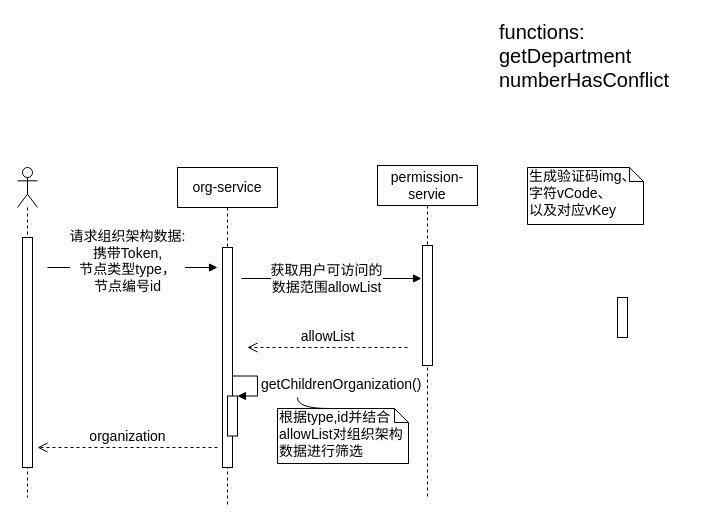
Above: page "sequence-getOrganization" (3 of 4) of CDRS/module-design.drawio in waterwatermelon/graph (draw.io), before the change. Source tidied: cells renumbered, new cells numbered last; positions are measured from the earlier drawing's top-left corner, leaving out a move shared by most shapes. Both pictures are drawn from the tidied source at 100%, with x=0, y=0 at pixel (17, 17).
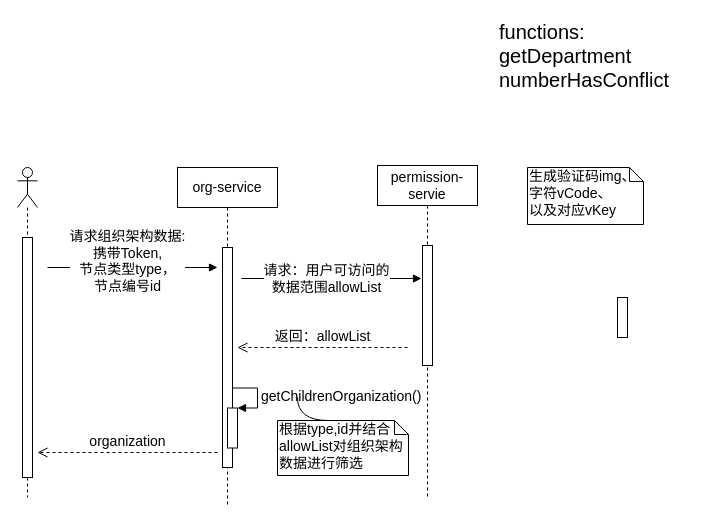
Above is the later version.

The change refers to these unchanged cells:
```xml
<mxCell id="3" style="shape=umlLifeline;participant=umlActor;perimeter=lifelinePerimeter;whiteSpace=wrap;html=1;verticalAlign=top;spacingTop=36;labelBackgroundColor=#ffffff;fontSize=14;" parent="1" vertex="1">
  <mxGeometry y="150" width="20" height="330" as="geometry" />
</mxCell>
<mxCell id="5" value="org-service" style="shape=umlLifeline;perimeter=lifelinePerimeter;whiteSpace=wrap;html=1;fontSize=14;" parent="1" vertex="1">
  <mxGeometry x="160" y="150" width="100" height="340" as="geometry" />
</mxCell>
```

What changed in the source:
```diff
@@
     <mxCell id="4" style="html=1;perimeter=orthogonalPerimeter;fontSize=14;" parent="3" vertex="1">
-      <mxGeometry x="5" y="70" width="10" height="230" as="geometry" />
+      <mxGeometry x="5" y="70" width="10" height="240" as="geometry" />
     </mxCell>
@@
     <mxCell id="7" value="getChildrenOrganization()" style="edgeStyle=orthogonalEdgeStyle;html=1;align=left;spacingLeft=2;endArrow=block;rounded=0;entryX=1;entryY=0;fontSize=14;" parent="5" edge="1" target="8">
       <mxGeometry relative="1" as="geometry">
-        <mxPoint x="55" y="208.5" as="sourcePoint" />
+        <mxPoint x="55" y="220.5" as="sourcePoint" />
         <Array as="points">
-          <mxPoint x="80" y="208.5" />
+          <mxPoint x="80" y="220.5" />
         </Array>
       </mxGeometry>
     </mxCell>
     <mxCell id="8" style="html=1;points=[];perimeter=orthogonalPerimeter;fontSize=14;" parent="5" vertex="1">
-      <mxGeometry x="50" y="228.5" width="10" height="40" as="geometry" />
+      <mxGeometry x="50" y="240.5" width="10" height="40" as="geometry" />
     </mxCell>
@@
-    <mxCell id="14" value="获取用户可访问的&lt;br&gt;数据范围allowList" style="html=1;verticalAlign=bottom;endArrow=block;fontSize=14;" parent="1" edge="1">
+    <mxCell id="14" value="请求：用户可访问的&lt;br&gt;数据范围allowList" style="html=1;verticalAlign=bottom;endArrow=block;fontSize=14;" parent="1" edge="1">
       <mxGeometry x="-0.06" y="-20" relative="1" as="geometry">
         <mxPoint x="224" y="261" as="sourcePoint" />
         <mxPoint x="404" y="261" as="targetPoint" />
       </mxGeometry>
     </mxCell>
-    <mxCell id="15" value="allowList" style="html=1;verticalAlign=bottom;endArrow=open;dashed=1;endSize=8;fontSize=14;" parent="1" edge="1">
+    <mxCell id="15" value="返回：allowList" style="html=1;verticalAlign=bottom;endArrow=open;dashed=1;endSize=8;fontSize=14;" parent="1" edge="1">
       <mxGeometry relative="1" as="geometry">
         <mxPoint x="390" y="330" as="sourcePoint" />
-        <mxPoint x="230" y="330" as="targetPoint" />
+        <mxPoint x="220" y="330" as="targetPoint" />
       </mxGeometry>
     </mxCell>
@@
     <mxCell id="17" value="根据type,id并结合allowList对组织架构数据进行筛选" style="shape=note;whiteSpace=wrap;html=1;size=14;verticalAlign=top;align=left;spacingTop=-6;fontSize=14;" parent="1" vertex="1">
-      <mxGeometry x="260" y="391" width="131" height="55" as="geometry" />
+      <mxGeometry x="260" y="403" width="131" height="55" as="geometry" />
     </mxCell>
     <mxCell id="18" value="organization" style="html=1;verticalAlign=bottom;endArrow=open;dashed=1;endSize=8;fontSize=14;" parent="1" edge="1">
       <mxGeometry relative="1" as="geometry">
-        <mxPoint x="200" y="430" as="sourcePoint" />
-        <mxPoint x="20" y="430" as="targetPoint" />
+        <mxPoint x="200" y="435" as="sourcePoint" />
+        <mxPoint x="20" y="435" as="targetPoint" />
       </mxGeometry>
     </mxCell>
```
